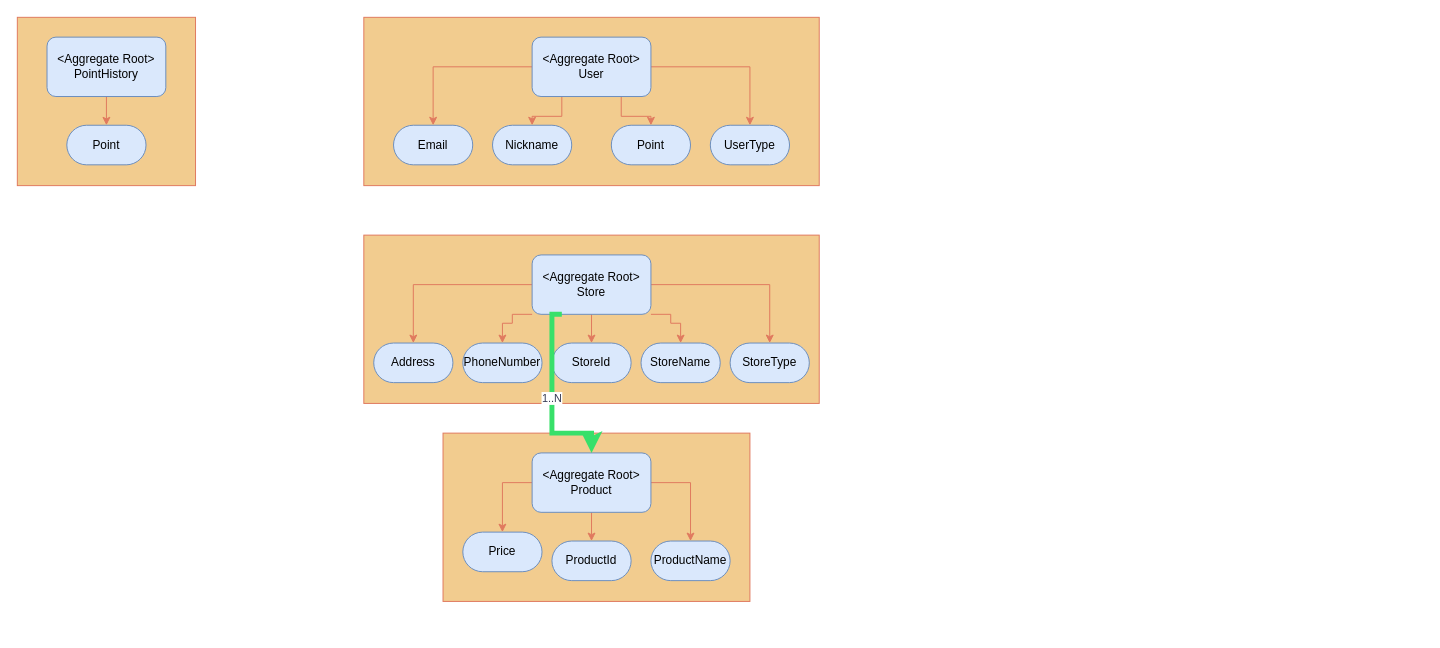
broaden-horizon/EveryMembership keeps this draw.io diagram as 제목 없는 다이어그램.drawio. Above is the earlier version. Source tidied: cells renumbered, new cells numbered last; positions are measured from the earlier drawing's top-left corner, leaving out a move shared by most shapes. Both pictures are drawn from the tidied source at 99%, with x=0, y=0 at pixel (17, 17).
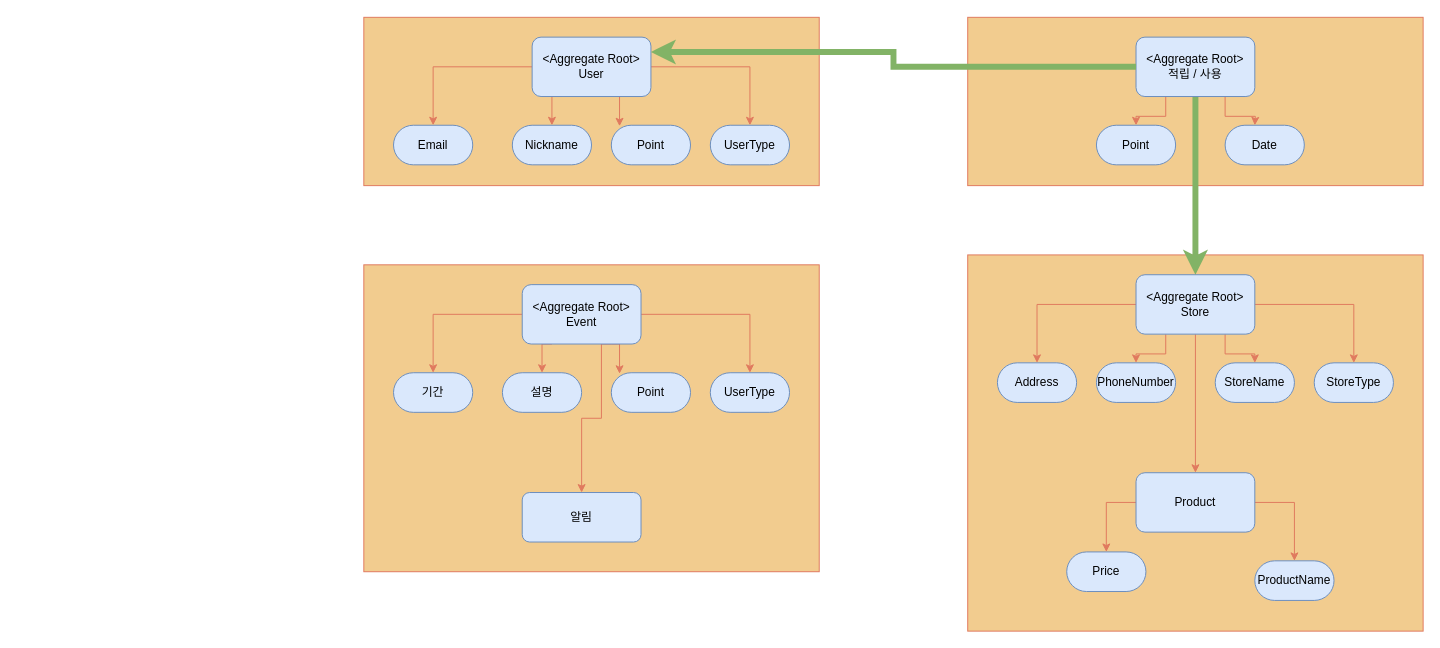
The same page after the edit.

Commit message:
제목 없는 다이어그램.drawio 업데이트

Unchanged cells that the change refers to:
```xml
<mxCell id="7" value="&amp;lt;Aggregate Root&amp;gt;&lt;br&gt;User" style="rounded=1;whiteSpace=wrap;html=1;strokeColor=#6c8ebf;fillColor=#dae8fc;" parent="1" vertex="1">
  <mxGeometry x="520" y="20" width="120" height="60" as="geometry" />
</mxCell>
```

Change to the diagram source:
```diff
@@
     <mxCell id="5" style="edgeStyle=orthogonalEdgeStyle;rounded=0;jettySize=auto;html=1;exitX=0.25;exitY=1;exitDx=0;exitDy=0;entryX=0.5;entryY=0;entryDx=0;entryDy=0;strokeColor=#E07A5F;fontColor=#393C56;fillColor=#F2CC8F;" parent="1" edge="1" source="7" target="9">
-      <mxGeometry relative="1" as="geometry" />
+      <mxGeometry relative="1" as="geometry">
+        <Array as="points">
+          <mxPoint x="540" y="80" />
+        </Array>
+      </mxGeometry>
     </mxCell>
-    <mxCell id="6" style="edgeStyle=orthogonalEdgeStyle;rounded=0;jettySize=auto;html=1;exitX=0.75;exitY=1;exitDx=0;exitDy=0;entryX=0.5;entryY=0;entryDx=0;entryDy=0;strokeColor=#E07A5F;fontColor=#393C56;fillColor=#F2CC8F;" parent="1" edge="1" source="7" target="10">
+    <mxCell id="6" style="edgeStyle=orthogonalEdgeStyle;rounded=0;jettySize=auto;html=1;exitX=0.75;exitY=1;exitDx=0;exitDy=0;entryX=0.104;entryY=0.025;entryDx=0;entryDy=0;entryPerimeter=0;strokeColor=#E07A5F;fontColor=#393C56;fillColor=#F2CC8F;" parent="1" edge="1" source="7" target="10">
       <mxGeometry relative="1" as="geometry" />
     </mxCell>
@@
     <mxCell id="9" value="Nickname" style="rounded=1;whiteSpace=wrap;html=1;strokeColor=#6c8ebf;fillColor=#dae8fc;arcSize=50;" parent="1" vertex="1">
-      <mxGeometry x="480" y="109" width="80" height="40" as="geometry" />
+      <mxGeometry x="500" y="109" width="80" height="40" as="geometry" />
     </mxCell>
-    <mxCell id="10" value="Point" style="rounded=1;whiteSpace=wrap;html=1;strokeColor=#6c8ebf;fillColor=#dae8fc;arcSize=50;" parent="1" vertex="1">
-      <mxGeometry x="600" y="109" width="80" height="40" as="geometry" />
-    </mxCell>
@@
     <mxCell id="12" style="rounded=0;whiteSpace=wrap;html=1;strokeColor=#E07A5F;fontColor=#393C56;fillColor=#F2CC8F;" parent="1" vertex="1">
-      <mxGeometry x="350" y="220" width="460" height="170" as="geometry" />
+      <mxGeometry x="960" y="240" width="460" height="380" as="geometry" />
     </mxCell>
@@
+    <mxCell id="17" style="edgeStyle=orthogonalEdgeStyle;rounded=0;jettySize=auto;html=1;exitX=1;exitY=0.5;exitDx=0;exitDy=0;strokeColor=#E07A5F;fontColor=#393C56;fillColor=#F2CC8F;" parent="1" edge="1" source="18" target="23">
+      <mxGeometry relative="1" as="geometry" />
+    </mxCell>
-    <mxCell id="14" style="edgeStyle=orthogonalEdgeStyle;rounded=0;jettySize=auto;html=1;exitX=0;exitY=1;exitDx=0;exitDy=0;strokeColor=#E07A5F;fontColor=#393C56;fillColor=#F2CC8F;" parent="1" edge="1" source="18" target="20">
-      <mxGeometry relative="1" as="geometry">
-        <Array as="points">
-          <mxPoint x="500" y="300" />
-          <mxPoint x="500" y="309" />
-          <mxPoint x="490" y="309" />
-        </Array>
-      </mxGeometry>
+    <mxCell id="14" style="edgeStyle=orthogonalEdgeStyle;rounded=0;jettySize=auto;html=1;exitX=0.25;exitY=1;exitDx=0;exitDy=0;entryX=0.5;entryY=0;entryDx=0;entryDy=0;strokeColor=#E07A5F;fontColor=#393C56;fillColor=#F2CC8F;" parent="1" edge="1" source="18" target="20">
+      <mxGeometry relative="1" as="geometry" />
     </mxCell>
-    <mxCell id="15" style="edgeStyle=orthogonalEdgeStyle;rounded=0;jettySize=auto;html=1;exitX=0.5;exitY=1;exitDx=0;exitDy=0;entryX=0.5;entryY=0;entryDx=0;entryDy=0;strokeColor=#E07A5F;fontColor=#393C56;fillColor=#F2CC8F;" parent="1" edge="1" source="18" target="21">
-      <mxGeometry relative="1" as="geometry" />
-    </mxCell>
-    <mxCell id="16" style="edgeStyle=orthogonalEdgeStyle;rounded=0;jettySize=auto;html=1;exitX=1;exitY=1;exitDx=0;exitDy=0;strokeColor=#E07A5F;fontColor=#393C56;fillColor=#F2CC8F;" parent="1" edge="1" source="18" target="22">
-      <mxGeometry relative="1" as="geometry">
-        <Array as="points">
-          <mxPoint x="660" y="300" />
-          <mxPoint x="660" y="309" />
-          <mxPoint x="670" y="309" />
-        </Array>
-      </mxGeometry>
+    <mxCell id="16" style="edgeStyle=orthogonalEdgeStyle;rounded=0;jettySize=auto;html=1;exitX=0.75;exitY=1;exitDx=0;exitDy=0;entryX=0.5;entryY=0;entryDx=0;entryDy=0;strokeColor=#E07A5F;fontColor=#393C56;fillColor=#F2CC8F;" parent="1" edge="1" source="18" target="22">
+      <mxGeometry relative="1" as="geometry" />
     </mxCell>
-    <mxCell id="17" style="edgeStyle=orthogonalEdgeStyle;rounded=0;jettySize=auto;html=1;exitX=1;exitY=0.5;exitDx=0;exitDy=0;strokeColor=#E07A5F;fontColor=#393C56;fillColor=#F2CC8F;" parent="1" edge="1" source="18" target="23">
-      <mxGeometry relative="1" as="geometry" />
-    </mxCell>
+    <mxCell id="32" style="edgeStyle=orthogonalEdgeStyle;rounded=0;jettySize=auto;html=1;exitX=0.5;exitY=1;exitDx=0;exitDy=0;entryX=0.5;entryY=0;entryDx=0;entryDy=0;strokeColor=#E07A5F;fontColor=#393C56;fillColor=#F2CC8F;" parent="1" edge="1" source="18" target="28">
+      <mxGeometry relative="1" as="geometry" />
+    </mxCell>
     <mxCell id="18" value="&amp;lt;Aggregate Root&amp;gt;&lt;br&gt;Store" style="rounded=1;whiteSpace=wrap;html=1;strokeColor=#6c8ebf;fillColor=#dae8fc;" parent="1" vertex="1">
-      <mxGeometry x="520" y="240" width="120" height="60" as="geometry" />
+      <mxGeometry x="1130" y="260" width="120" height="60" as="geometry" />
     </mxCell>
     <mxCell id="19" value="Address" style="rounded=1;whiteSpace=wrap;html=1;strokeColor=#6c8ebf;fillColor=#dae8fc;arcSize=50;" parent="1" vertex="1">
-      <mxGeometry x="360" y="329" width="80" height="40" as="geometry" />
+      <mxGeometry x="990" y="349" width="80" height="40" as="geometry" />
     </mxCell>
-    <mxCell id="20" value="PhoneNumber" style="rounded=1;whiteSpace=wrap;html=1;strokeColor=#6c8ebf;fillColor=#dae8fc;arcSize=50;" parent="1" vertex="1">
-      <mxGeometry x="450" y="329" width="80" height="40" as="geometry" />
-    </mxCell>
-    <mxCell id="21" value="StoreId" style="rounded=1;whiteSpace=wrap;html=1;strokeColor=#6c8ebf;fillColor=#dae8fc;arcSize=50;" parent="1" vertex="1">
-      <mxGeometry x="540" y="329" width="80" height="40" as="geometry" />
-    </mxCell>
     <mxCell id="22" value="StoreName" style="rounded=1;whiteSpace=wrap;html=1;strokeColor=#6c8ebf;fillColor=#dae8fc;arcSize=50;" parent="1" vertex="1">
-      <mxGeometry x="630" y="329" width="80" height="40" as="geometry" />
+      <mxGeometry x="1210" y="349" width="80" height="40" as="geometry" />
     </mxCell>
     <mxCell id="23" value="StoreType" style="rounded=1;whiteSpace=wrap;html=1;strokeColor=#6c8ebf;fillColor=#dae8fc;arcSize=50;" parent="1" vertex="1">
-      <mxGeometry x="720" y="329" width="80" height="40" as="geometry" />
+      <mxGeometry x="1310" y="349" width="80" height="40" as="geometry" />
     </mxCell>
-    <mxCell id="24" style="rounded=0;whiteSpace=wrap;html=1;strokeColor=#E07A5F;fontColor=#393C56;fillColor=#F2CC8F;" parent="1" vertex="1">
-      <mxGeometry x="430" y="420" width="310" height="170" as="geometry" />
-    </mxCell>
@@
-    <mxCell id="26" style="edgeStyle=orthogonalEdgeStyle;rounded=0;jettySize=auto;html=1;exitX=0.5;exitY=1;exitDx=0;exitDy=0;entryX=0.5;entryY=0;entryDx=0;entryDy=0;strokeColor=#E07A5F;fontColor=#393C56;fillColor=#F2CC8F;" parent="1" edge="1" source="28" target="30">
-      <mxGeometry relative="1" as="geometry" />
-    </mxCell>
@@
-    <mxCell id="28" value="&amp;lt;Aggregate Root&amp;gt;&lt;br&gt;Product" style="rounded=1;whiteSpace=wrap;html=1;strokeColor=#6c8ebf;fillColor=#dae8fc;" parent="1" vertex="1">
-      <mxGeometry x="520" y="440" width="120" height="60" as="geometry" />
+    <mxCell id="28" value="Product" style="rounded=1;whiteSpace=wrap;html=1;strokeColor=#6c8ebf;fillColor=#dae8fc;" parent="1" vertex="1">
+      <mxGeometry x="1130" y="460" width="120" height="60" as="geometry" />
     </mxCell>
     <mxCell id="29" value="Price" style="rounded=1;whiteSpace=wrap;html=1;strokeColor=#6c8ebf;fillColor=#dae8fc;arcSize=50;" parent="1" vertex="1">
-      <mxGeometry x="450" y="520" width="80" height="40" as="geometry" />
+      <mxGeometry x="1060" y="540" width="80" height="40" as="geometry" />
     </mxCell>
-    <mxCell id="30" value="ProductId" style="rounded=1;whiteSpace=wrap;html=1;strokeColor=#6c8ebf;fillColor=#dae8fc;arcSize=50;" parent="1" vertex="1">
-      <mxGeometry x="540" y="529" width="80" height="40" as="geometry" />
-    </mxCell>
     <mxCell id="31" value="ProductName" style="rounded=1;whiteSpace=wrap;html=1;strokeColor=#6c8ebf;fillColor=#dae8fc;arcSize=50;" parent="1" vertex="1">
-      <mxGeometry x="640" y="529" width="80" height="40" as="geometry" />
+      <mxGeometry x="1250" y="549" width="80" height="40" as="geometry" />
     </mxCell>
-    <mxCell id="32" value="1..N" style="edgeStyle=orthogonalEdgeStyle;rounded=0;jettySize=auto;html=1;exitX=0.25;exitY=1;exitDx=0;exitDy=0;entryX=0.5;entryY=0;entryDx=0;entryDy=0;strokeColor=#38E06A;fontColor=#393C56;fillColor=#F2CC8F;strokeWidth=5;" parent="1" edge="1" source="18" target="28">
-      <mxGeometry relative="1" as="geometry">
-        <Array as="points">
-          <mxPoint x="540" y="300" />
-          <mxPoint x="540" y="420" />
-          <mxPoint x="580" y="420" />
-        </Array>
-      </mxGeometry>
-    </mxCell>
-    <mxCell id="33" style="rounded=0;whiteSpace=wrap;html=1;strokeColor=#E07A5F;fontColor=#393C56;fillColor=#F2CC8F;" parent="1" vertex="1">
-      <mxGeometry width="180" height="170" as="geometry" />
-    </mxCell>
-    <mxCell id="34" style="edgeStyle=orthogonalEdgeStyle;rounded=0;jettySize=auto;html=1;exitX=0.5;exitY=1;exitDx=0;exitDy=0;strokeColor=#E07A5F;fontColor=#393C56;fillColor=#F2CC8F;entryX=0.5;entryY=0;entryDx=0;entryDy=0;" parent="1" edge="1" source="35" target="36">
-      <mxGeometry relative="1" as="geometry" />
-    </mxCell>
-    <mxCell id="35" value="&amp;lt;Aggregate Root&amp;gt;&lt;br&gt;PointHistory" style="rounded=1;whiteSpace=wrap;html=1;strokeColor=#6c8ebf;fillColor=#dae8fc;" parent="1" vertex="1">
-      <mxGeometry x="30" y="20" width="120" height="60" as="geometry" />
-    </mxCell>
-    <mxCell id="36" value="Point" style="rounded=1;whiteSpace=wrap;html=1;strokeColor=#6c8ebf;fillColor=#dae8fc;arcSize=50;" parent="1" vertex="1">
-      <mxGeometry x="50" y="109" width="80" height="40" as="geometry" />
-    </mxCell>
+    <mxCell id="20" value="PhoneNumber" style="rounded=1;whiteSpace=wrap;html=1;strokeColor=#6c8ebf;fillColor=#dae8fc;arcSize=50;" parent="1" vertex="1">
+      <mxGeometry x="1090" y="349" width="80" height="40" as="geometry" />
+    </mxCell>
+    <mxCell id="37" style="rounded=0;whiteSpace=wrap;html=1;strokeColor=#E07A5F;fontColor=#393C56;fillColor=#F2CC8F;" parent="1" vertex="1">
+      <mxGeometry x="960" width="460" height="170" as="geometry" />
+    </mxCell>
+    <mxCell id="38" style="edgeStyle=orthogonalEdgeStyle;rounded=0;jettySize=auto;html=1;exitX=0.25;exitY=1;exitDx=0;exitDy=0;entryX=0.5;entryY=0;entryDx=0;entryDy=0;strokeColor=#E07A5F;fontColor=#393C56;fillColor=#F2CC8F;" parent="1" edge="1" source="41" target="42">
+      <mxGeometry relative="1" as="geometry" />
+    </mxCell>
+    <mxCell id="39" style="edgeStyle=orthogonalEdgeStyle;rounded=0;jettySize=auto;html=1;exitX=0.75;exitY=1;exitDx=0;exitDy=0;entryX=0.5;entryY=0;entryDx=0;entryDy=0;strokeColor=#E07A5F;fontColor=#393C56;fillColor=#F2CC8F;" parent="1" edge="1" source="41">
+      <mxGeometry relative="1" as="geometry">
+        <mxPoint x="1250" y="109" as="targetPoint" />
+      </mxGeometry>
+    </mxCell>
+    <mxCell id="40" style="edgeStyle=orthogonalEdgeStyle;rounded=0;jettySize=auto;html=1;exitX=0.5;exitY=1;exitDx=0;exitDy=0;strokeColor=#82b366;fontColor=#393C56;fillColor=#d5e8d4;strokeWidth=6;" parent="1" edge="1" source="41" target="18">
+      <mxGeometry relative="1" as="geometry" />
+    </mxCell>
+    <mxCell id="41" value="&amp;lt;Aggregate Root&amp;gt;&lt;br&gt;적립 / 사용" style="rounded=1;whiteSpace=wrap;html=1;strokeColor=#6c8ebf;fillColor=#dae8fc;" parent="1" vertex="1">
+      <mxGeometry x="1130" y="20" width="120" height="60" as="geometry" />
+    </mxCell>
+    <mxCell id="42" value="Point" style="rounded=1;whiteSpace=wrap;html=1;strokeColor=#6c8ebf;fillColor=#dae8fc;arcSize=50;" parent="1" vertex="1">
+      <mxGeometry x="1090" y="109" width="80" height="40" as="geometry" />
+    </mxCell>
+    <mxCell id="43" value="Date" style="rounded=1;whiteSpace=wrap;html=1;strokeColor=#6c8ebf;fillColor=#dae8fc;arcSize=50;" parent="1" vertex="1">
+      <mxGeometry x="1220" y="109" width="80" height="40" as="geometry" />
+    </mxCell>
+    <mxCell id="10" value="Point" style="rounded=1;whiteSpace=wrap;html=1;strokeColor=#6c8ebf;fillColor=#dae8fc;arcSize=50;" parent="1" vertex="1">
+      <mxGeometry x="600" y="109" width="80" height="40" as="geometry" />
+    </mxCell>
+    <mxCell id="44" style="edgeStyle=orthogonalEdgeStyle;rounded=0;jettySize=auto;html=1;exitX=0;exitY=0.5;exitDx=0;exitDy=0;strokeColor=#82b366;fontColor=#393C56;fillColor=#d5e8d4;strokeWidth=6;entryX=1;entryY=0.25;entryDx=0;entryDy=0;" parent="1" edge="1" source="41" target="7">
+      <mxGeometry relative="1" as="geometry" />
+    </mxCell>
+    <mxCell id="45" style="rounded=0;whiteSpace=wrap;html=1;strokeColor=#E07A5F;fontColor=#393C56;fillColor=#F2CC8F;" parent="1" vertex="1">
+      <mxGeometry x="350" y="250" width="460" height="310" as="geometry" />
+    </mxCell>
+    <mxCell id="46" style="edgeStyle=orthogonalEdgeStyle;rounded=0;jettySize=auto;html=1;exitX=0;exitY=0.5;exitDx=0;exitDy=0;entryX=0.5;entryY=0;entryDx=0;entryDy=0;strokeColor=#E07A5F;fontColor=#393C56;fillColor=#F2CC8F;" parent="1" edge="1" source="51" target="52">
+      <mxGeometry relative="1" as="geometry" />
+    </mxCell>
+    <mxCell id="47" style="edgeStyle=orthogonalEdgeStyle;rounded=0;jettySize=auto;html=1;exitX=1;exitY=0.5;exitDx=0;exitDy=0;strokeColor=#E07A5F;fontColor=#393C56;fillColor=#F2CC8F;" parent="1" edge="1" source="51" target="54">
+      <mxGeometry relative="1" as="geometry" />
+    </mxCell>
+    <mxCell id="48" style="edgeStyle=orthogonalEdgeStyle;rounded=0;jettySize=auto;html=1;exitX=0.25;exitY=1;exitDx=0;exitDy=0;entryX=0.5;entryY=0;entryDx=0;entryDy=0;strokeColor=#E07A5F;fontColor=#393C56;fillColor=#F2CC8F;" parent="1" edge="1" source="51" target="53">
+      <mxGeometry relative="1" as="geometry">
+        <Array as="points">
+          <mxPoint x="540" y="330" />
+        </Array>
+      </mxGeometry>
+    </mxCell>
+    <mxCell id="49" style="edgeStyle=orthogonalEdgeStyle;rounded=0;jettySize=auto;html=1;exitX=0.75;exitY=1;exitDx=0;exitDy=0;entryX=0.104;entryY=0.025;entryDx=0;entryDy=0;entryPerimeter=0;strokeColor=#E07A5F;fontColor=#393C56;fillColor=#F2CC8F;" parent="1" edge="1" source="51" target="55">
+      <mxGeometry relative="1" as="geometry" />
+    </mxCell>
+    <mxCell id="50" style="edgeStyle=orthogonalEdgeStyle;rounded=0;jettySize=auto;html=1;exitX=0.75;exitY=1;exitDx=0;exitDy=0;entryX=0.5;entryY=0;entryDx=0;entryDy=0;strokeColor=#E07A5F;fontColor=#393C56;fillColor=#F2CC8F;" parent="1" edge="1" source="51" target="56">
+      <mxGeometry relative="1" as="geometry">
+        <Array as="points">
+          <mxPoint x="590" y="330" />
+          <mxPoint x="590" y="405" />
+          <mxPoint x="570" y="405" />
+        </Array>
+      </mxGeometry>
+    </mxCell>
+    <mxCell id="51" value="&amp;lt;Aggregate Root&amp;gt;&lt;br&gt;Event" style="rounded=1;whiteSpace=wrap;html=1;strokeColor=#6c8ebf;fillColor=#dae8fc;" parent="1" vertex="1">
+      <mxGeometry x="510" y="270" width="120" height="60" as="geometry" />
+    </mxCell>
+    <mxCell id="52" value="기간" style="rounded=1;whiteSpace=wrap;html=1;strokeColor=#6c8ebf;fillColor=#dae8fc;arcSize=50;" parent="1" vertex="1">
+      <mxGeometry x="380" y="359" width="80" height="40" as="geometry" />
+    </mxCell>
+    <mxCell id="53" value="설명" style="rounded=1;whiteSpace=wrap;html=1;strokeColor=#6c8ebf;fillColor=#dae8fc;arcSize=50;" parent="1" vertex="1">
+      <mxGeometry x="490" y="359" width="80" height="40" as="geometry" />
+    </mxCell>
+    <mxCell id="54" value="UserType" style="rounded=1;whiteSpace=wrap;html=1;strokeColor=#6c8ebf;fillColor=#dae8fc;arcSize=50;" parent="1" vertex="1">
+      <mxGeometry x="700" y="359" width="80" height="40" as="geometry" />
+    </mxCell>
+    <mxCell id="55" value="Point" style="rounded=1;whiteSpace=wrap;html=1;strokeColor=#6c8ebf;fillColor=#dae8fc;arcSize=50;" parent="1" vertex="1">
+      <mxGeometry x="600" y="359" width="80" height="40" as="geometry" />
+    </mxCell>
+    <mxCell id="56" value="알림" style="rounded=1;whiteSpace=wrap;html=1;strokeColor=#6c8ebf;fillColor=#dae8fc;" parent="1" vertex="1">
+      <mxGeometry x="510" y="480" width="120" height="50" as="geometry" />
+    </mxCell>
+    <mxCell id="57" style="edgeStyle=orthogonalEdgeStyle;rounded=0;orthogonalLoop=1;jettySize=auto;html=1;exitX=0.5;exitY=1;exitDx=0;exitDy=0;strokeColor=#E07A5F;fontColor=#393C56;fillColor=#F2CC8F;" parent="1" edge="1" source="45" target="45">
+      <mxGeometry relative="1" as="geometry" />
+    </mxCell>
```
